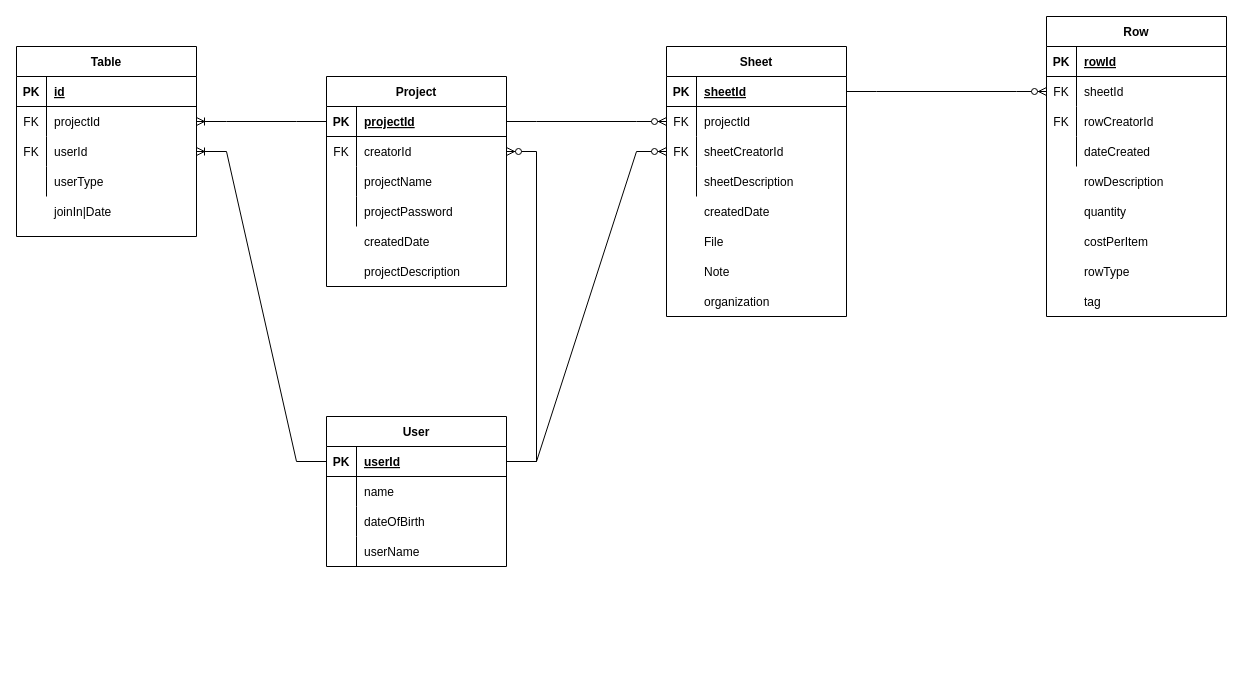
This is Documents/Database/databaseDesign.drawio from Han434/pocketedDays, a draw.io file, before an edit. Source tidied: cells renumbered, new cells numbered last; positions are measured from the earlier drawing's top-left corner, leaving out a move shared by most shapes. Both pictures are drawn from the tidied source at 100%, with x=0, y=0 at pixel (16, 16).
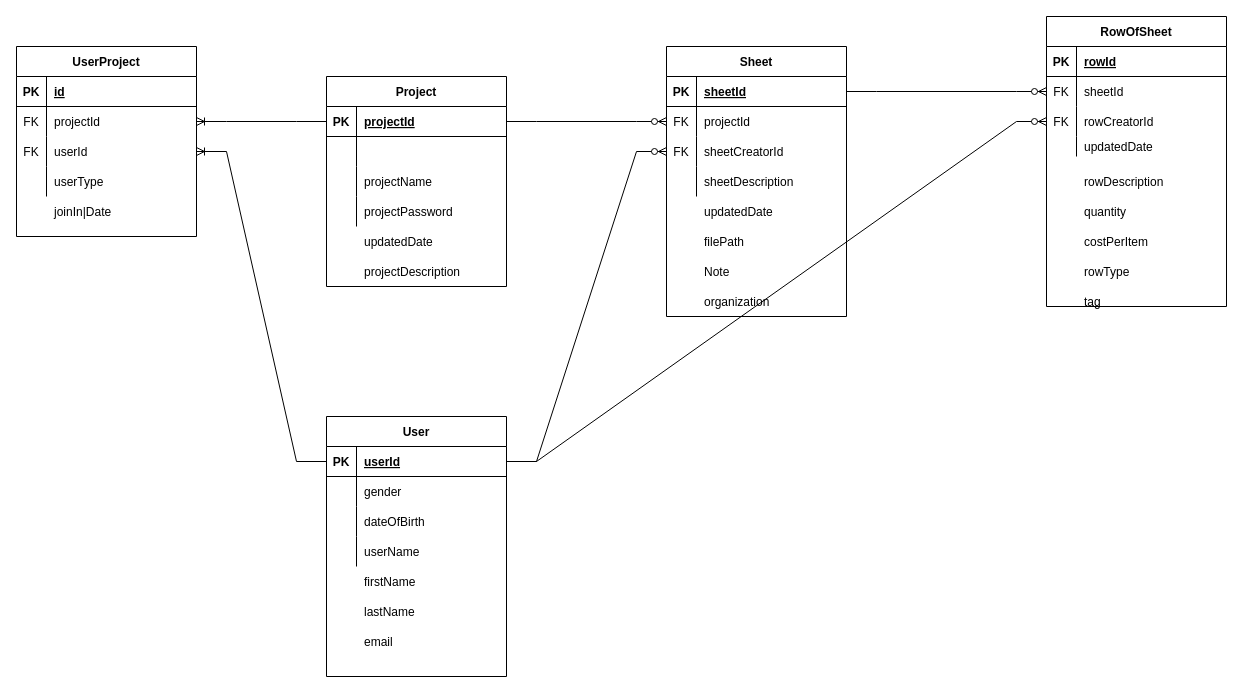
After the change.

Unchanged cells that the change refers to:
```xml
<mxCell id="3" style="shape=tableRow;horizontal=0;startSize=0;swimlaneHead=0;swimlaneBody=0;fillColor=none;points=[[0,0.5],[1,0.5]];portConstraint=eastwest;top=0;left=0;right=0;bottom=1;" parent="2" vertex="1">
  <mxGeometry y="30" width="180" height="30" as="geometry" />
</mxCell>
<mxCell id="6" style="shape=tableRow;horizontal=0;startSize=0;swimlaneHead=0;swimlaneBody=0;fillColor=none;top=0;left=0;right=0;bottom=0;" parent="2" vertex="1">
  <mxGeometry y="60" width="180" height="30" as="geometry" />
</mxCell>
<mxCell id="19" style="shape=tableRow;horizontal=0;startSize=0;swimlaneHead=0;swimlaneBody=0;fillColor=none;points=[[0,0.5],[1,0.5]];portConstraint=eastwest;top=0;left=0;right=0;bottom=0;" parent="15" vertex="1">
  <mxGeometry y="60" width="180" height="30" as="geometry" />
</mxCell>
<mxCell id="53" style="shape=tableRow;horizontal=0;startSize=0;swimlaneHead=0;swimlaneBody=0;fillColor=none;points=[[0,0.5],[1,0.5]];portConstraint=eastwest;top=0;left=0;right=0;bottom=0;" parent="46" vertex="1">
  <mxGeometry y="90" width="180" height="30" as="geometry" />
</mxCell>
```

Change to the diagram source:
```diff
@@
     <mxCell id="2" value="User" style="shape=table;startSize=30;childLayout=tableLayout;rowLines=0;fontStyle=1;align=center;" parent="1" vertex="1">
-      <mxGeometry x="310" y="400" width="180" height="150" as="geometry" />
+      <mxGeometry x="310" y="400" width="180" height="260" as="geometry" />
     </mxCell>
@@
-    <mxCell id="8" value="name" style="shape=partialRectangle;fillColor=none;top=0;left=0;bottom=0;right=0;align=left;spacingLeft=6;overflow=hidden;" parent="6" vertex="1">
+    <mxCell id="8" value="gender" style="shape=partialRectangle;fillColor=none;top=0;left=0;bottom=0;right=0;align=left;spacingLeft=6;overflow=hidden;" parent="6" vertex="1">
       <mxGeometry x="30" width="150" height="30" as="geometry" />
     </mxCell>
@@
-    <mxCell id="20" value="FK" style="shape=partialRectangle;fillColor=none;top=0;left=0;bottom=0;right=0;overflow=hidden;" parent="19" vertex="1">
+    <mxCell id="20" style="shape=partialRectangle;fillColor=none;top=0;left=0;bottom=0;right=0;overflow=hidden;" parent="19" vertex="1">
       <mxGeometry width="30" height="30" as="geometry" />
     </mxCell>
-    <mxCell id="21" value="creatorId" style="shape=partialRectangle;fillColor=none;top=0;left=0;bottom=0;right=0;align=left;spacingLeft=6;overflow=hidden;" parent="19" vertex="1">
+    <mxCell id="21" style="shape=partialRectangle;fillColor=none;top=0;left=0;bottom=0;right=0;align=left;spacingLeft=6;overflow=hidden;" parent="19" vertex="1">
       <mxGeometry x="30" width="150" height="30" as="geometry" />
     </mxCell>
@@
-    <mxCell id="43" value="File" style="shape=partialRectangle;fillColor=none;top=0;left=0;bottom=0;right=0;align=left;spacingLeft=6;overflow=hidden;" parent="1" vertex="1">
+    <mxCell id="43" value="filePath" style="shape=partialRectangle;fillColor=none;top=0;left=0;bottom=0;right=0;align=left;spacingLeft=6;overflow=hidden;" parent="1" vertex="1">
       <mxGeometry x="680" y="210" width="150" height="30" as="geometry" />
     </mxCell>
-    <mxCell id="44" value="createdDate" style="shape=partialRectangle;fillColor=none;top=0;left=0;bottom=0;right=0;align=left;spacingLeft=6;overflow=hidden;" parent="1" vertex="1">
+    <mxCell id="44" value="updatedDate" style="shape=partialRectangle;fillColor=none;top=0;left=0;bottom=0;right=0;align=left;spacingLeft=6;overflow=hidden;" parent="1" vertex="1">
       <mxGeometry x="340" y="210" width="150" height="30" as="geometry" />
     </mxCell>
-    <mxCell id="45" value="createdDate" style="shape=partialRectangle;fillColor=none;top=0;left=0;bottom=0;right=0;align=left;spacingLeft=6;overflow=hidden;" parent="1" vertex="1">
+    <mxCell id="45" value="updatedDate" style="shape=partialRectangle;fillColor=none;top=0;left=0;bottom=0;right=0;align=left;spacingLeft=6;overflow=hidden;" parent="1" vertex="1">
       <mxGeometry x="680" y="180" width="150" height="30" as="geometry" />
     </mxCell>
-    <mxCell id="46" value="Row" style="shape=table;startSize=30;childLayout=tableLayout;rowLines=0;fontStyle=1;align=center;" parent="1" vertex="1">
-      <mxGeometry x="1030" width="180" height="300" as="geometry" />
+    <mxCell id="46" value="RowOfSheet" style="shape=table;startSize=30;childLayout=tableLayout;rowLines=0;fontStyle=1;align=center;" parent="1" vertex="1">
+      <mxGeometry x="1030" width="180" height="290" as="geometry" />
     </mxCell>
@@
     <mxCell id="56" style="shape=tableRow;horizontal=0;startSize=0;swimlaneHead=0;swimlaneBody=0;fillColor=none;top=0;left=0;right=0;bottom=0;" parent="46" vertex="1">
-      <mxGeometry y="120" width="180" height="30" as="geometry" />
+      <mxGeometry y="120" width="180" height="20" as="geometry" />
     </mxCell>
     <mxCell id="57" style="shape=partialRectangle;fillColor=none;top=0;left=0;bottom=0;right=0;overflow=hidden;" parent="56" vertex="1">
-      <mxGeometry width="30" height="30" as="geometry" />
+      <mxGeometry width="30" height="20" as="geometry" />
     </mxCell>
-    <mxCell id="58" value="dateCreated" style="shape=partialRectangle;fillColor=none;top=0;left=0;bottom=0;right=0;align=left;spacingLeft=6;overflow=hidden;" parent="56" vertex="1">
-      <mxGeometry x="30" width="150" height="30" as="geometry" />
+    <mxCell id="58" value="updatedDate" style="shape=partialRectangle;fillColor=none;top=0;left=0;bottom=0;right=0;align=left;spacingLeft=6;overflow=hidden;" parent="56" vertex="1">
+      <mxGeometry x="30" width="150" height="20" as="geometry" />
     </mxCell>
@@
-    <mxCell id="67" style="edgeStyle=entityRelationEdgeStyle;fontSize=12;html=1;endArrow=ERzeroToMany;endFill=1;rounded=0;entryX=1;entryY=0.5;entryDx=0;entryDy=0;" parent="1" edge="1" target="19">
-      <mxGeometry relative="1" as="geometry">
-        <mxPoint x="490" y="445" as="sourcePoint" />
-      </mxGeometry>
-    </mxCell>
@@
-    <mxCell id="71" value="Table" style="shape=table;startSize=30;childLayout=tableLayout;rowLines=0;fontStyle=1;align=center;" parent="1" vertex="1">
+    <mxCell id="71" value="UserProject" style="shape=table;startSize=30;childLayout=tableLayout;rowLines=0;fontStyle=1;align=center;" parent="1" vertex="1">
       <mxGeometry y="30" width="180" height="190" as="geometry" />
     </mxCell>
@@
+    <mxCell id="85" value="firstName" style="shape=partialRectangle;fillColor=none;top=0;left=0;bottom=0;right=0;align=left;spacingLeft=6;overflow=hidden;" parent="1" vertex="1">
+      <mxGeometry x="340" y="550" width="150" height="30" as="geometry" />
+    </mxCell>
+    <mxCell id="86" value="lastName" style="shape=partialRectangle;fillColor=none;top=0;left=0;bottom=0;right=0;align=left;spacingLeft=6;overflow=hidden;" parent="1" vertex="1">
+      <mxGeometry x="340" y="580" width="150" height="30" as="geometry" />
+    </mxCell>
+    <mxCell id="87" value="email" style="shape=partialRectangle;fillColor=none;top=0;left=0;bottom=0;right=0;align=left;spacingLeft=6;overflow=hidden;" parent="1" vertex="1">
+      <mxGeometry x="340" y="610" width="150" height="30" as="geometry" />
+    </mxCell>
+    <mxCell id="88" style="edgeStyle=entityRelationEdgeStyle;fontSize=12;html=1;endArrow=ERzeroToMany;endFill=1;rounded=0;exitX=1;exitY=0.5;exitDx=0;exitDy=0;entryX=0;entryY=0.5;entryDx=0;entryDy=0;" parent="1" edge="1" source="3" target="53">
+      <mxGeometry relative="1" as="geometry" />
+    </mxCell>
```
